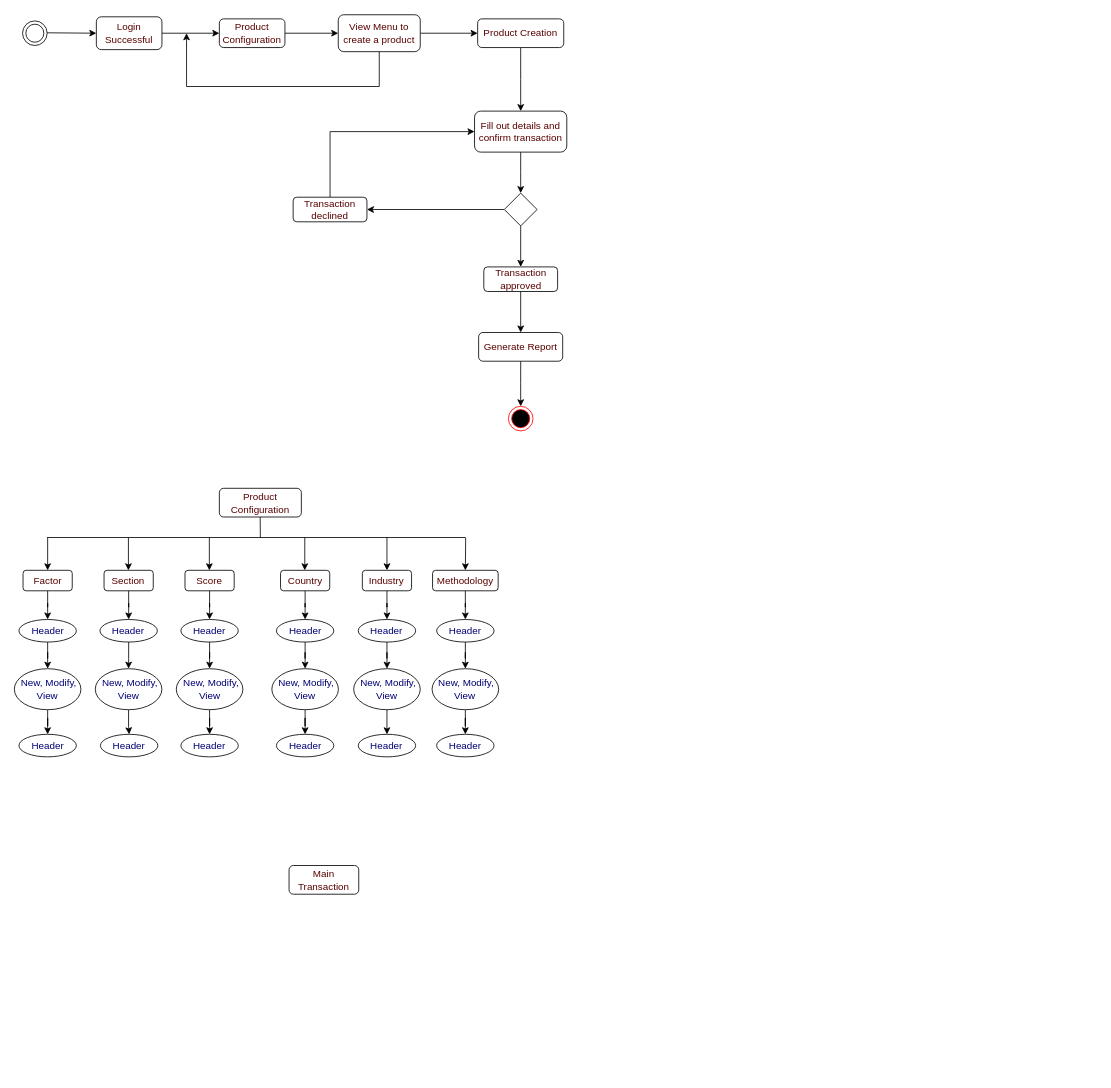
Earlier version of the draw.io diagram Untitled Diagram.drawio (Deeshti/cs). Source tidied: cells renumbered, new cells numbered last; positions are measured from the earlier drawing's top-left corner, leaving out a move shared by most shapes. Both pictures are drawn from the tidied source at 82%, with x=0, y=0 at pixel (14, 14).
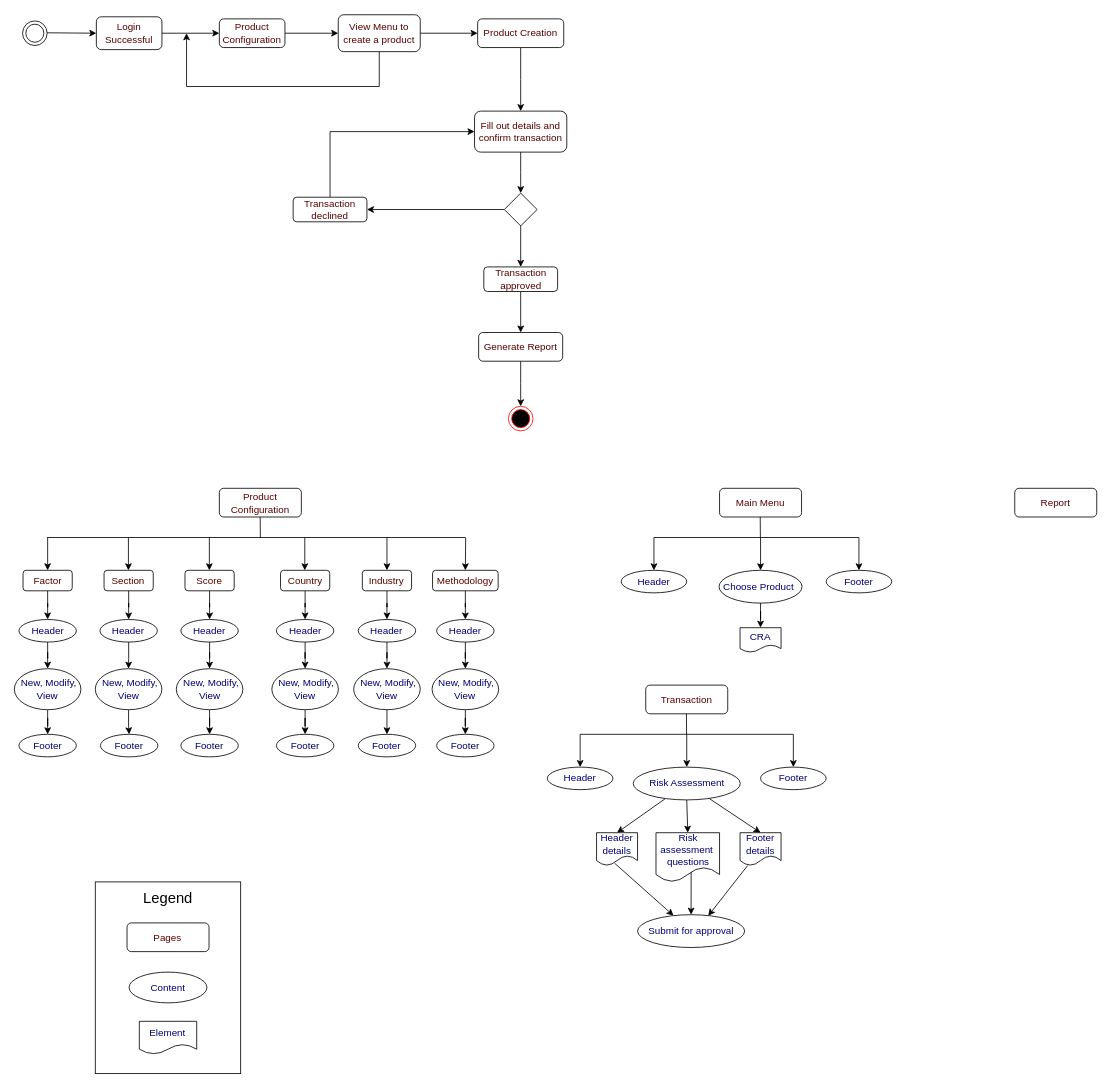
After the change.

What changed in the source:
```diff
@@
+    <mxCell id="77" style="whiteSpace=wrap;html=1;fontColor=#000075;strokeColor=#000000;" parent="1" vertex="1">
+      <mxGeometry x="98.7" y="1058" width="177.3" height="233.8" as="geometry" />
+    </mxCell>
@@
-    <mxCell id="50" value="&lt;font color=&quot;#000075&quot;&gt;Header&lt;/font&gt;" style="ellipse;whiteSpace=wrap;html=1;rounded=1;" parent="1" vertex="1">
+    <mxCell id="50" value="&lt;font color=&quot;#000075&quot;&gt;Footer&lt;/font&gt;" style="ellipse;whiteSpace=wrap;html=1;rounded=1;" parent="1" vertex="1">
       <mxGeometry x="5.6" y="878" width="70" height="27.5" as="geometry" />
     </mxCell>
@@
-    <mxCell id="55" value="&lt;font color=&quot;#000075&quot;&gt;Header&lt;/font&gt;" style="ellipse;whiteSpace=wrap;html=1;rounded=1;" parent="1" vertex="1">
+    <mxCell id="55" value="&lt;font color=&quot;#000075&quot;&gt;Footer&lt;/font&gt;" style="ellipse;whiteSpace=wrap;html=1;rounded=1;" parent="1" vertex="1">
       <mxGeometry x="105" y="878" width="70" height="27.5" as="geometry" />
     </mxCell>
@@
-    <mxCell id="60" value="&lt;font color=&quot;#000075&quot;&gt;Header&lt;/font&gt;" style="ellipse;whiteSpace=wrap;html=1;rounded=1;" parent="1" vertex="1">
+    <mxCell id="60" value="&lt;font color=&quot;#000075&quot;&gt;Footer&lt;/font&gt;" style="ellipse;whiteSpace=wrap;html=1;rounded=1;" parent="1" vertex="1">
       <mxGeometry x="203.1" y="878" width="70" height="27.5" as="geometry" />
     </mxCell>
@@
-    <mxCell id="65" value="&lt;font color=&quot;#000075&quot;&gt;Header&lt;/font&gt;" style="ellipse;whiteSpace=wrap;html=1;rounded=1;" parent="1" vertex="1">
+    <mxCell id="65" value="&lt;font color=&quot;#000075&quot;&gt;Footer&lt;/font&gt;" style="ellipse;whiteSpace=wrap;html=1;rounded=1;" parent="1" vertex="1">
       <mxGeometry x="319.6" y="878" width="70" height="27.5" as="geometry" />
     </mxCell>
@@
-    <mxCell id="70" value="&lt;font color=&quot;#000075&quot;&gt;Header&lt;/font&gt;" style="ellipse;whiteSpace=wrap;html=1;rounded=1;" parent="1" vertex="1">
+    <mxCell id="70" value="&lt;font color=&quot;#000075&quot;&gt;Footer&lt;/font&gt;" style="ellipse;whiteSpace=wrap;html=1;rounded=1;" parent="1" vertex="1">
       <mxGeometry x="419.4" y="878" width="70" height="27.5" as="geometry" />
     </mxCell>
@@
-    <mxCell id="75" value="&lt;font color=&quot;#000075&quot;&gt;Header&lt;/font&gt;" style="ellipse;whiteSpace=wrap;html=1;rounded=1;" parent="1" vertex="1">
+    <mxCell id="75" value="&lt;font color=&quot;#000075&quot;&gt;Footer&lt;/font&gt;" style="ellipse;whiteSpace=wrap;html=1;rounded=1;" parent="1" vertex="1">
       <mxGeometry x="515" y="878" width="70" height="27.5" as="geometry" />
     </mxCell>
-    <mxCell id="76" value="&lt;font color=&quot;#590000&quot;&gt;Main Transaction&lt;/font&gt;" style="whiteSpace=wrap;html=1;rounded=1;" parent="1" vertex="1">
-      <mxGeometry x="335" y="1038" width="85" height="35" as="geometry" />
+    <mxCell id="76" value="&lt;font color=&quot;#590000&quot;&gt;Main Menu&lt;/font&gt;" style="whiteSpace=wrap;html=1;rounded=1;" parent="1" vertex="1">
+      <mxGeometry x="860" y="578" width="100" height="35" as="geometry" />
     </mxCell>
+    <mxCell id="78" style="endArrow=none;html=1;rounded=0;fontColor=#590000;" parent="1" edge="1">
+      <mxGeometry relative="1" as="geometry">
+        <mxPoint x="909.8" y="638" as="sourcePoint" />
+        <mxPoint x="909.6" y="613" as="targetPoint" />
+      </mxGeometry>
+    </mxCell>
+    <mxCell id="79" style="endArrow=none;html=1;rounded=0;fontColor=#590000;" parent="1" edge="1">
+      <mxGeometry relative="1" as="geometry">
+        <mxPoint x="780" y="638" as="sourcePoint" />
+        <mxPoint x="1030" y="638" as="targetPoint" />
+      </mxGeometry>
+    </mxCell>
+    <mxCell id="80" style="endArrow=classic;html=1;rounded=0;fontColor=#590000;" parent="1" edge="1">
+      <mxGeometry relative="1" as="geometry">
+        <mxPoint x="780" y="638" as="sourcePoint" />
+        <mxPoint x="780" y="678" as="targetPoint" />
+      </mxGeometry>
+    </mxCell>
+    <mxCell id="81" value="&lt;font color=&quot;#000075&quot;&gt;Header&lt;/font&gt;" style="ellipse;whiteSpace=wrap;html=1;rounded=1;" parent="1" vertex="1">
+      <mxGeometry x="740" y="678" width="80" height="27.5" as="geometry" />
+    </mxCell>
+    <mxCell id="82" style="endArrow=classic;html=1;rounded=0;fontColor=#590000;" parent="1" edge="1">
+      <mxGeometry relative="1" as="geometry">
+        <mxPoint x="910" y="638" as="sourcePoint" />
+        <mxPoint x="910" y="678" as="targetPoint" />
+      </mxGeometry>
+    </mxCell>
+    <mxCell id="83" style="edgeStyle=orthogonalEdgeStyle;rounded=0;jettySize=auto;html=1;fontColor=#000075;" parent="1" edge="1" source="84" target="87">
+      <mxGeometry relative="1" as="geometry" />
+    </mxCell>
+    <mxCell id="84" value="&lt;font color=&quot;#000075&quot;&gt;Choose Product&amp;nbsp;&lt;/font&gt;" style="ellipse;whiteSpace=wrap;html=1;rounded=1;" parent="1" vertex="1">
+      <mxGeometry x="859.4" y="678" width="101.2" height="40" as="geometry" />
+    </mxCell>
+    <mxCell id="85" value="&lt;font color=&quot;#000075&quot;&gt;Footer&lt;/font&gt;" style="ellipse;whiteSpace=wrap;html=1;rounded=1;" parent="1" vertex="1">
+      <mxGeometry x="990" y="678" width="80" height="27.5" as="geometry" />
+    </mxCell>
+    <mxCell id="86" style="endArrow=classic;html=1;rounded=0;fontColor=#590000;" parent="1" edge="1">
+      <mxGeometry relative="1" as="geometry">
+        <mxPoint x="1030" y="638" as="sourcePoint" />
+        <mxPoint x="1030" y="678" as="targetPoint" />
+      </mxGeometry>
+    </mxCell>
+    <mxCell id="87" value="&lt;font color=&quot;#000075&quot;&gt;CRA&lt;/font&gt;" style="shape=document;whiteSpace=wrap;html=1;boundedLbl=1;rounded=1;" parent="1" vertex="1">
+      <mxGeometry x="885" y="748" width="50" height="30" as="geometry" />
+    </mxCell>
+    <mxCell id="88" value="&lt;font color=&quot;#590000&quot;&gt;Transaction&lt;/font&gt;" style="whiteSpace=wrap;html=1;rounded=1;" parent="1" vertex="1">
+      <mxGeometry x="770" y="818" width="100" height="35" as="geometry" />
+    </mxCell>
+    <mxCell id="89" style="endArrow=none;html=1;rounded=0;fontColor=#590000;" parent="1" edge="1">
+      <mxGeometry relative="1" as="geometry">
+        <mxPoint x="819.8" y="878" as="sourcePoint" />
+        <mxPoint x="819.6" y="853" as="targetPoint" />
+      </mxGeometry>
+    </mxCell>
+    <mxCell id="90" style="endArrow=none;html=1;rounded=0;fontColor=#590000;" parent="1" edge="1">
+      <mxGeometry relative="1" as="geometry">
+        <mxPoint x="690" y="878" as="sourcePoint" />
+        <mxPoint x="950" y="878" as="targetPoint" />
+      </mxGeometry>
+    </mxCell>
+    <mxCell id="91" style="endArrow=classic;html=1;rounded=0;fontColor=#590000;" parent="1" edge="1">
+      <mxGeometry relative="1" as="geometry">
+        <mxPoint x="690" y="878" as="sourcePoint" />
+        <mxPoint x="690" y="918" as="targetPoint" />
+      </mxGeometry>
+    </mxCell>
+    <mxCell id="92" value="&lt;font color=&quot;#000075&quot;&gt;Header&lt;/font&gt;" style="ellipse;whiteSpace=wrap;html=1;rounded=1;" parent="1" vertex="1">
+      <mxGeometry x="650" y="918" width="80" height="27.5" as="geometry" />
+    </mxCell>
+    <mxCell id="93" style="endArrow=classic;html=1;rounded=0;fontColor=#590000;" parent="1" edge="1">
+      <mxGeometry relative="1" as="geometry">
+        <mxPoint x="820" y="878" as="sourcePoint" />
+        <mxPoint x="820" y="918" as="targetPoint" />
+      </mxGeometry>
+    </mxCell>
+    <mxCell id="94" style="rounded=0;jettySize=auto;html=1;fontColor=#000075;entryX=0.5;entryY=0;entryDx=0;entryDy=0;" parent="1" edge="1" source="97" target="101">
+      <mxGeometry relative="1" as="geometry" />
+    </mxCell>
+    <mxCell id="95" style="edgeStyle=none;rounded=0;jettySize=auto;html=1;exitX=0.5;exitY=1;exitDx=0;exitDy=0;entryX=0.5;entryY=0;entryDx=0;entryDy=0;fontColor=#000075;" parent="1" edge="1" source="97" target="103">
+      <mxGeometry relative="1" as="geometry" />
+    </mxCell>
+    <mxCell id="96" style="edgeStyle=none;rounded=0;jettySize=auto;html=1;entryX=0.5;entryY=0;entryDx=0;entryDy=0;fontColor=#000075;" parent="1" edge="1" source="97" target="105">
+      <mxGeometry relative="1" as="geometry" />
+    </mxCell>
+    <mxCell id="97" value="&lt;font color=&quot;#000075&quot;&gt;Risk Assessment&lt;br&gt;&lt;/font&gt;" style="ellipse;whiteSpace=wrap;html=1;rounded=1;" parent="1" vertex="1">
+      <mxGeometry x="754.7" y="918" width="130.6" height="40" as="geometry" />
+    </mxCell>
+    <mxCell id="98" value="&lt;font color=&quot;#000075&quot;&gt;Footer&lt;/font&gt;" style="ellipse;whiteSpace=wrap;html=1;rounded=1;" parent="1" vertex="1">
+      <mxGeometry x="910" y="918" width="80" height="27.5" as="geometry" />
+    </mxCell>
+    <mxCell id="99" style="endArrow=classic;html=1;rounded=0;fontColor=#590000;" parent="1" edge="1">
+      <mxGeometry relative="1" as="geometry">
+        <mxPoint x="950" y="878" as="sourcePoint" />
+        <mxPoint x="950" y="918" as="targetPoint" />
+      </mxGeometry>
+    </mxCell>
+    <mxCell id="100" style="edgeStyle=none;rounded=0;jettySize=auto;html=1;fontColor=#000075;exitX=0.44;exitY=0.929;exitDx=0;exitDy=0;exitPerimeter=0;" parent="1" edge="1" source="101" target="106">
+      <mxGeometry relative="1" as="geometry" />
+    </mxCell>
+    <mxCell id="101" value="&lt;font color=&quot;#000075&quot;&gt;Header&lt;br&gt;details&lt;br&gt;&lt;/font&gt;" style="shape=document;whiteSpace=wrap;html=1;boundedLbl=1;rounded=1;" parent="1" vertex="1">
+      <mxGeometry x="710" y="998" width="50" height="40" as="geometry" />
+    </mxCell>
+    <mxCell id="102" style="edgeStyle=none;rounded=0;jettySize=auto;html=1;fontColor=#000075;entryX=0.5;entryY=0;entryDx=0;entryDy=0;exitX=0.553;exitY=0.772;exitDx=0;exitDy=0;exitPerimeter=0;" parent="1" edge="1" source="103" target="106">
+      <mxGeometry relative="1" as="geometry" />
+    </mxCell>
+    <mxCell id="103" value="&lt;font color=&quot;#000075&quot;&gt;Risk assessment&amp;nbsp;&lt;br&gt;questions&lt;br&gt;&lt;/font&gt;" style="shape=document;whiteSpace=wrap;html=1;boundedLbl=1;rounded=1;" parent="1" vertex="1">
+      <mxGeometry x="782.5" y="998" width="77.5" height="60" as="geometry" />
+    </mxCell>
+    <mxCell id="104" style="edgeStyle=none;rounded=0;jettySize=auto;html=1;entryX=0.66;entryY=0.033;entryDx=0;entryDy=0;entryPerimeter=0;fontColor=#000075;" parent="1" edge="1" source="105" target="106">
+      <mxGeometry relative="1" as="geometry" />
+    </mxCell>
+    <mxCell id="105" value="&lt;font color=&quot;#000075&quot;&gt;Footer&lt;br&gt;details&lt;br&gt;&lt;/font&gt;" style="shape=document;whiteSpace=wrap;html=1;boundedLbl=1;rounded=1;" parent="1" vertex="1">
+      <mxGeometry x="885" y="998" width="50" height="40" as="geometry" />
+    </mxCell>
+    <mxCell id="106" value="&lt;font color=&quot;#000075&quot;&gt;Submit for approval&lt;br&gt;&lt;/font&gt;" style="ellipse;whiteSpace=wrap;html=1;rounded=1;" parent="1" vertex="1">
+      <mxGeometry x="760" y="1098" width="130.6" height="40" as="geometry" />
+    </mxCell>
+    <mxCell id="107" value="&lt;font color=&quot;#590000&quot;&gt;Report&lt;/font&gt;" style="whiteSpace=wrap;html=1;rounded=1;" parent="1" vertex="1">
+      <mxGeometry x="1220" y="578" width="100" height="35" as="geometry" />
+    </mxCell>
+    <mxCell id="108" value="&lt;font color=&quot;#590000&quot;&gt;Pages&lt;/font&gt;" style="whiteSpace=wrap;html=1;rounded=1;" parent="1" vertex="1">
+      <mxGeometry x="137.4" y="1108" width="100" height="35" as="geometry" />
+    </mxCell>
+    <mxCell id="109" value="&lt;font color=&quot;#000075&quot;&gt;Content&lt;/font&gt;" style="ellipse;whiteSpace=wrap;html=1;rounded=1;" parent="1" vertex="1">
+      <mxGeometry x="139.9" y="1168" width="95" height="37.5" as="geometry" />
+    </mxCell>
+    <mxCell id="110" value="&lt;font color=&quot;#000075&quot;&gt;Element&lt;br&gt;&lt;/font&gt;" style="shape=document;whiteSpace=wrap;html=1;boundedLbl=1;rounded=1;" parent="1" vertex="1">
+      <mxGeometry x="152.4" y="1228" width="70" height="40" as="geometry" />
+    </mxCell>
+    <mxCell id="111" value="&lt;font style=&quot;font-size: 18px&quot; color=&quot;#000000&quot;&gt;Legend&lt;/font&gt;" style="text;html=1;align=center;verticalAlign=middle;fillColor=none;strokeColor=none;rounded=0;fontColor=#000075;" parent="1" vertex="1">
+      <mxGeometry x="147.4" y="1068" width="80" height="20" as="geometry" />
+    </mxCell>
```
